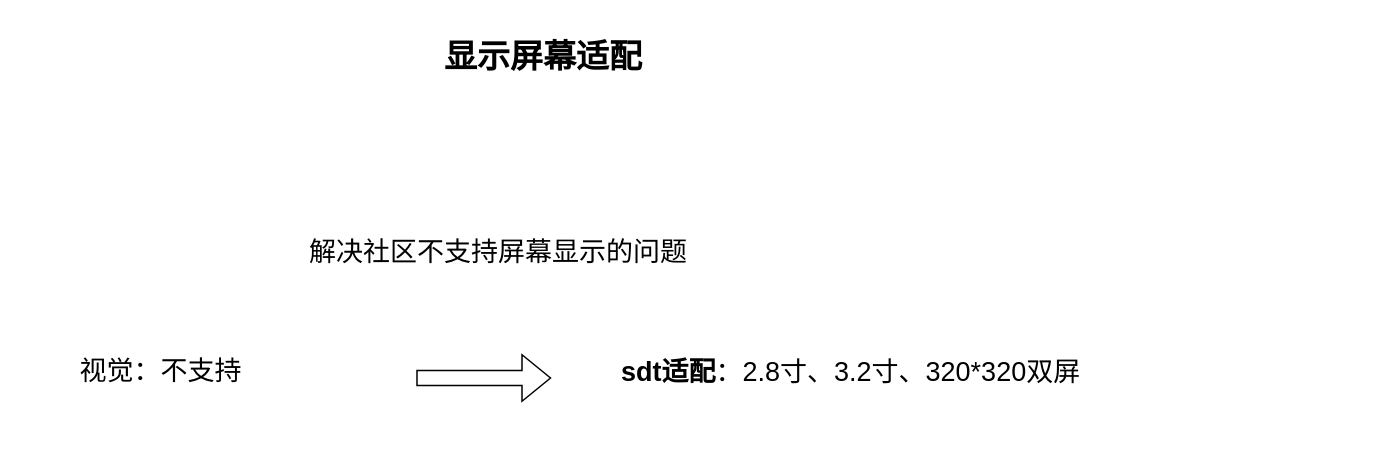
Earlier version of the draw.io diagram page "第 7 页" (7 of 8) of 未命名绘图.drawio (halfmonth/record). Source tidied: cells renumbered, new cells numbered last; positions are measured from the earlier drawing's top-left corner, leaving out a move shared by most shapes. Both pictures are drawn from the tidied source at 150%, with x=0, y=0 at pixel (26, 34).
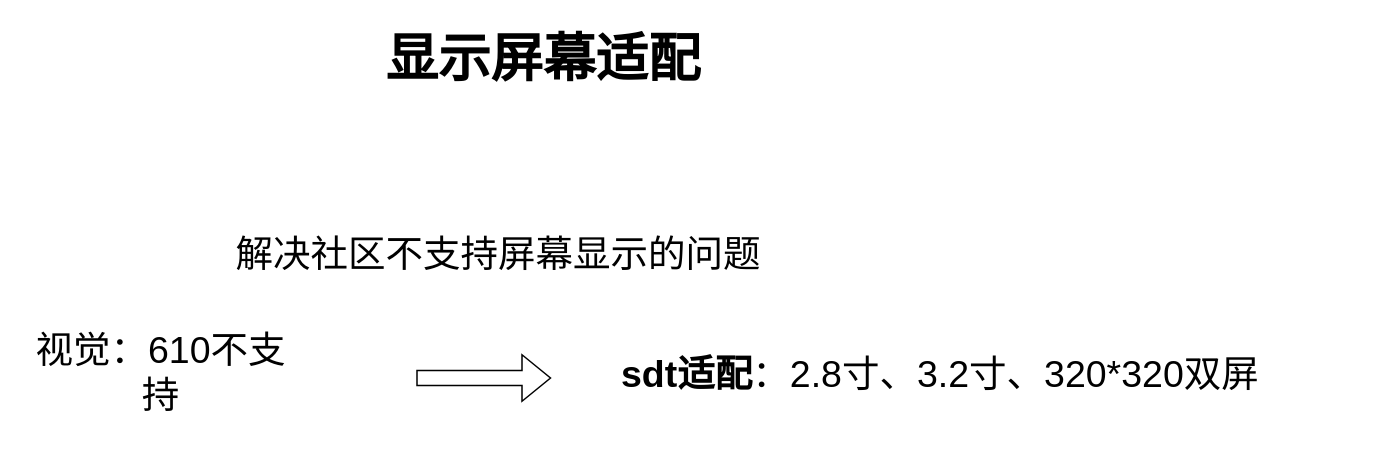
After the change.

The edit, as a diff of the source:
```diff
@@
 <mxGraphModel>
   <root>
     <mxCell id="0" />
     <mxCell id="1" parent="0" />
-    <mxCell id="2" value="&lt;font&gt;视觉：不支持&lt;/font&gt;" style="text;html=1;whiteSpace=wrap;strokeColor=none;fillColor=none;align=center;verticalAlign=middle;rounded=0;fontSize=18;" parent="1" vertex="1">
+    <mxCell id="2" value="&lt;font&gt;视觉：610不支持&lt;/font&gt;" style="text;html=1;whiteSpace=wrap;strokeColor=none;fillColor=none;align=center;verticalAlign=middle;rounded=0;fontSize=25;" parent="1" vertex="1">
       <mxGeometry y="209" width="180" height="30" as="geometry" />
     </mxCell>
-    <mxCell id="3" value="&lt;font&gt;&lt;b&gt;sdt适配&lt;/b&gt;：&lt;/font&gt;&lt;span style=&quot;text-align: center; background-color: transparent; color: light-dark(rgb(0, 0, 0), rgb(255, 255, 255));&quot;&gt;2.8寸、3.2寸、320*320双屏&lt;/span&gt;" style="text;html=1;whiteSpace=wrap;strokeColor=none;fillColor=none;align=left;verticalAlign=middle;rounded=0;fontSize=18;" parent="1" vertex="1">
+    <mxCell id="3" value="&lt;font style=&quot;font-size: 25px;&quot;&gt;&lt;font&gt;&lt;b&gt;sdt适配&lt;/b&gt;：&lt;/font&gt;&lt;span style=&quot;text-align: center; background-color: transparent; color: light-dark(rgb(0, 0, 0), rgb(255, 255, 255));&quot;&gt;2.8寸、3.2寸、320*320双屏&lt;/span&gt;&lt;/font&gt;" style="text;html=1;whiteSpace=wrap;strokeColor=none;fillColor=none;align=left;verticalAlign=middle;rounded=0;fontSize=18;" parent="1" vertex="1">
       <mxGeometry x="395" y="180" width="490" height="90" as="geometry" />
     </mxCell>
-    <mxCell id="4" value="&lt;span&gt;解决社区不支持屏幕显示的问题&lt;/span&gt;" style="text;html=1;whiteSpace=wrap;strokeColor=none;fillColor=none;align=center;verticalAlign=middle;rounded=0;fontSize=18;" parent="1" vertex="1">
+    <mxCell id="4" value="&lt;span&gt;解决社区不支持屏幕显示的问题&lt;/span&gt;" style="text;html=1;whiteSpace=wrap;strokeColor=none;fillColor=none;align=center;verticalAlign=middle;rounded=0;fontSize=25;" parent="1" vertex="1">
       <mxGeometry x="130" y="130" width="370" height="30" as="geometry" />
     </mxCell>
-    <mxCell id="5" value="&lt;font style=&quot;font-size: 22px;&quot;&gt;&lt;b&gt;显示屏幕适配&lt;/b&gt;&lt;/font&gt;" style="text;html=1;whiteSpace=wrap;strokeColor=none;fillColor=none;align=center;verticalAlign=middle;rounded=0;" parent="1" vertex="1">
+    <mxCell id="5" value="&lt;font style=&quot;font-size: 35px;&quot;&gt;&lt;b style=&quot;&quot;&gt;显示屏幕适配&lt;/b&gt;&lt;/font&gt;" style="text;html=1;whiteSpace=wrap;strokeColor=none;fillColor=none;align=center;verticalAlign=middle;rounded=0;" parent="1" vertex="1">
       <mxGeometry x="160" width="370" height="30" as="geometry" />
     </mxCell>
-    <mxCell id="6" style="shape=flexArrow;endArrow=classic;html=1;rounded=0;fontSize=18;" parent="1" edge="1">
+    <mxCell id="6" style="shape=flexArrow;endArrow=classic;html=1;rounded=0;fontSize=25;" parent="1" edge="1">
       <mxGeometry relative="1" as="geometry">
         <mxPoint x="260" y="228.5" as="sourcePoint" />
         <mxPoint x="350" y="228.5" as="targetPoint" />
       </mxGeometry>
     </mxCell>
   </root>
 </mxGraphModel>
```
